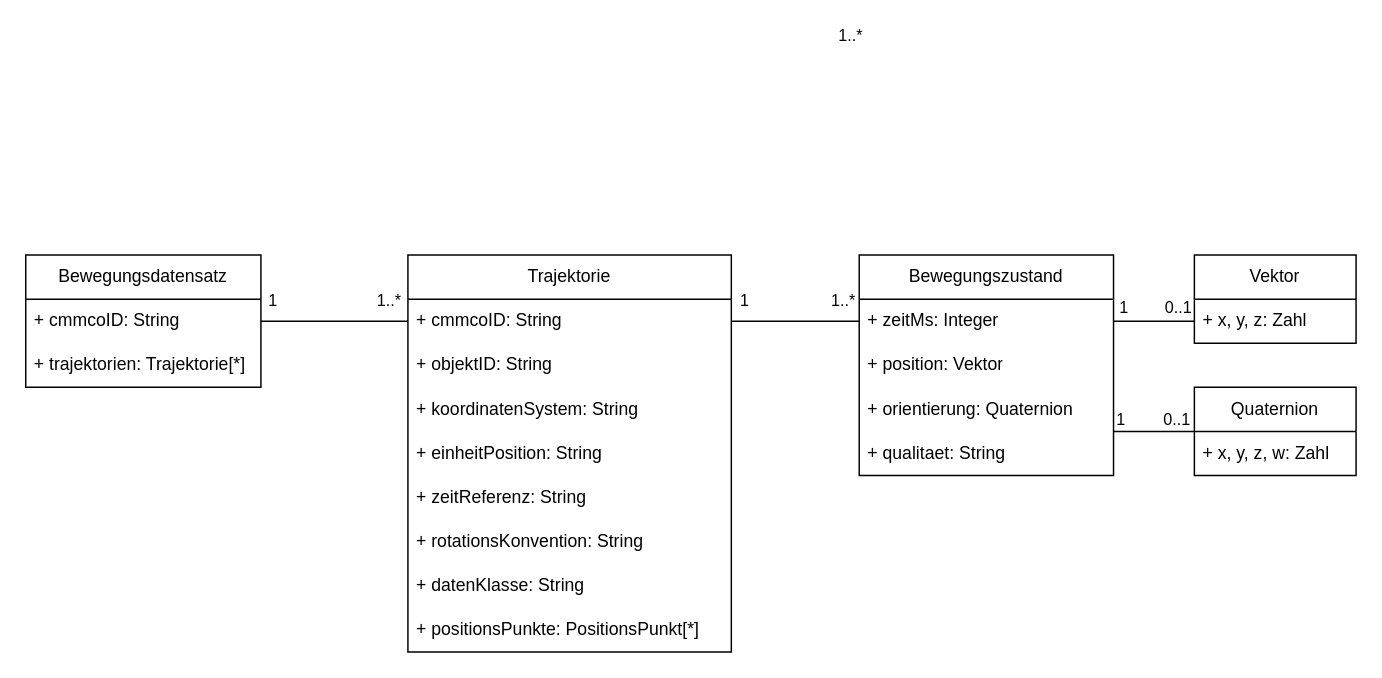
mfneu/fapra keeps this draw.io diagram as A28_Datentypen.drawio. Above is the earlier version. Source tidied: cells renumbered, new cells numbered last; positions are measured from the earlier drawing's top-left corner, leaving out a move shared by most shapes. Both pictures are drawn from the tidied source at 147%, with x=0, y=0 at pixel (25, 254).
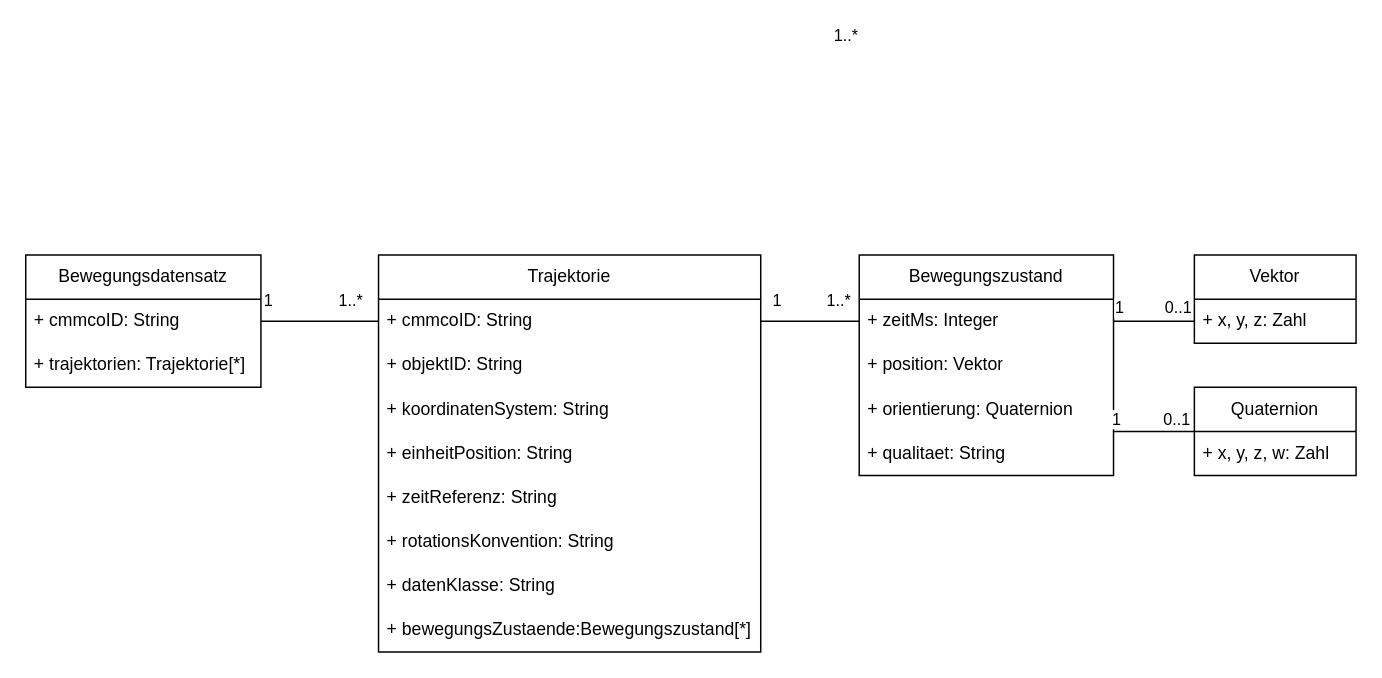
The same diagram, later.

The change refers to these unchanged cells:
```xml
<mxCell id="15" value="+ zeitMs: Integer" style="text;strokeColor=none;fillColor=none;align=left;verticalAlign=middle;spacingLeft=4;spacingRight=4;overflow=hidden;points=[[0,0.5],[1,0.5]];portConstraint=eastwest;whiteSpace=wrap;html=1;" parent="14" vertex="1">
  <mxGeometry y="30" width="173" height="30" as="geometry" />
</mxCell>
<mxCell id="19" style="endArrow=none;html=1;rounded=0;defaultLabelBackgroundColor=page;labelPadding=0 4;exitX=1;exitY=0.5;exitDx=0;exitDy=0;entryX=0;entryY=0.5;entryDx=0;entryDy=0;" parent="1" edge="1" source="3" target="6">
  <mxGeometry relative="1" as="geometry" />
</mxCell>
```

Change to the diagram source:
```diff
@@
     <mxCell id="5" value="Trajektorie" style="swimlane;fontStyle=0;horizontal=1;startSize=30;whiteSpace=wrap;html=1;" parent="1" vertex="1">
-      <mxGeometry x="260" width="220" height="270" as="geometry" />
+      <mxGeometry x="240" width="260" height="270" as="geometry" />
     </mxCell>
     <mxCell id="6" value="+ cmmcoID: String" style="text;strokeColor=none;fillColor=none;align=left;verticalAlign=middle;spacingLeft=4;spacingRight=4;overflow=hidden;points=[[0,0.5],[1,0.5]];portConstraint=eastwest;whiteSpace=wrap;html=1;" parent="5" vertex="1">
-      <mxGeometry y="30" width="220" height="30" as="geometry" />
+      <mxGeometry y="30" width="260" height="30" as="geometry" />
     </mxCell>
     <mxCell id="7" value="+ objektID: String" style="text;strokeColor=none;fillColor=none;align=left;verticalAlign=middle;spacingLeft=4;spacingRight=4;overflow=hidden;whiteSpace=wrap;html=1;" parent="5" vertex="1">
-      <mxGeometry y="60" width="220" height="30" as="geometry" />
+      <mxGeometry y="60" width="260" height="30" as="geometry" />
     </mxCell>
     <mxCell id="8" value="+ koordinatenSystem: String" style="text;strokeColor=none;fillColor=none;align=left;verticalAlign=middle;spacingLeft=4;spacingRight=4;overflow=hidden;whiteSpace=wrap;html=1;" parent="5" vertex="1">
-      <mxGeometry y="90" width="220" height="30" as="geometry" />
+      <mxGeometry y="90" width="260" height="30" as="geometry" />
     </mxCell>
     <mxCell id="9" value="+ einheitPosition: String" style="text;strokeColor=none;fillColor=none;align=left;verticalAlign=middle;spacingLeft=4;spacingRight=4;overflow=hidden;whiteSpace=wrap;html=1;" parent="5" vertex="1">
-      <mxGeometry y="120" width="220" height="30" as="geometry" />
+      <mxGeometry y="120" width="260" height="30" as="geometry" />
     </mxCell>
     <mxCell id="10" value="+ zeitReferenz: String" style="text;strokeColor=none;fillColor=none;align=left;verticalAlign=middle;spacingLeft=4;spacingRight=4;overflow=hidden;whiteSpace=wrap;html=1;" parent="5" vertex="1">
-      <mxGeometry y="150" width="220" height="30" as="geometry" />
+      <mxGeometry y="150" width="260" height="30" as="geometry" />
     </mxCell>
     <mxCell id="11" value="+ rotationsKonvention: String" style="text;strokeColor=none;fillColor=none;align=left;verticalAlign=middle;spacingLeft=4;spacingRight=4;overflow=hidden;whiteSpace=wrap;html=1;" parent="5" vertex="1">
-      <mxGeometry y="180" width="220" height="30" as="geometry" />
+      <mxGeometry y="180" width="260" height="30" as="geometry" />
     </mxCell>
     <mxCell id="12" value="+ datenKlasse: String" style="text;strokeColor=none;fillColor=none;align=left;verticalAlign=middle;spacingLeft=4;spacingRight=4;overflow=hidden;whiteSpace=wrap;html=1;" parent="5" vertex="1">
-      <mxGeometry y="210" width="220" height="30" as="geometry" />
+      <mxGeometry y="210" width="260" height="30" as="geometry" />
     </mxCell>
-    <mxCell id="13" value="+ positionsPunkte: PositionsPunkt[*]" style="text;strokeColor=none;fillColor=none;align=left;verticalAlign=middle;spacingLeft=4;spacingRight=4;overflow=hidden;whiteSpace=wrap;html=1;" parent="5" vertex="1">
-      <mxGeometry y="240" width="220" height="30" as="geometry" />
+    <mxCell id="13" value="+ bewegungsZustaende:Bewegungszustand[*]" style="text;strokeColor=none;fillColor=none;align=left;verticalAlign=middle;spacingLeft=4;spacingRight=4;overflow=hidden;whiteSpace=wrap;html=1;" parent="5" vertex="1">
+      <mxGeometry y="240" width="260" height="30" as="geometry" />
     </mxCell>
@@
     <mxCell id="21" value="1..*" style="edgeLabel;html=1;align=center;verticalAlign=middle;inheritText=1;defaultLabelBackgroundColor=page;labelPadding=0 4;" parent="19" vertex="1">
       <mxGeometry x="-0.68" y="-1" relative="1" as="geometry">
-        <mxPoint x="70" y="-16" as="offset" />
+        <mxPoint x="47" y="-16" as="offset" />
       </mxGeometry>
     </mxCell>
     <mxCell id="22" value="1" style="edgeLabel;html=1;align=center;verticalAlign=middle;inheritText=1;defaultLabelBackgroundColor=page;labelPadding=0 4;" parent="19" vertex="1">
       <mxGeometry x="-0.68" y="-1" relative="1" as="geometry">
-        <mxPoint x="312" y="-16" as="offset" />
+        <mxPoint x="337" y="-16" as="offset" />
       </mxGeometry>
     </mxCell>
@@
-    <mxCell id="27" style="endArrow=none;html=1;rounded=0;defaultLabelBackgroundColor=page;labelPadding=0 4;" parent="1" edge="1" target="15">
-      <mxGeometry relative="1" as="geometry">
-        <mxPoint x="480" y="45" as="sourcePoint" />
-      </mxGeometry>
+    <mxCell id="27" style="endArrow=none;html=1;rounded=0;defaultLabelBackgroundColor=page;labelPadding=0 4;exitX=1;exitY=0.5;exitDx=0;exitDy=0;" parent="1" edge="1" source="6" target="15">
+      <mxGeometry relative="1" as="geometry" />
     </mxCell>
```
